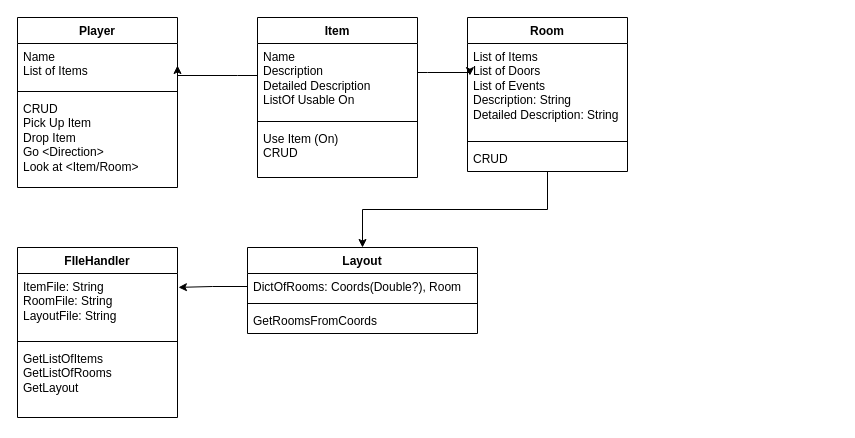
Above: ClassDiagramv0.2.drawio in SimonLof/TextAdventure (draw.io), before the change. Source tidied: cells renumbered, new cells numbered last; positions are measured from the earlier drawing's top-left corner, leaving out a move shared by most shapes. Both pictures are drawn from the tidied source at 100%, with x=0, y=0 at pixel (17, 17).
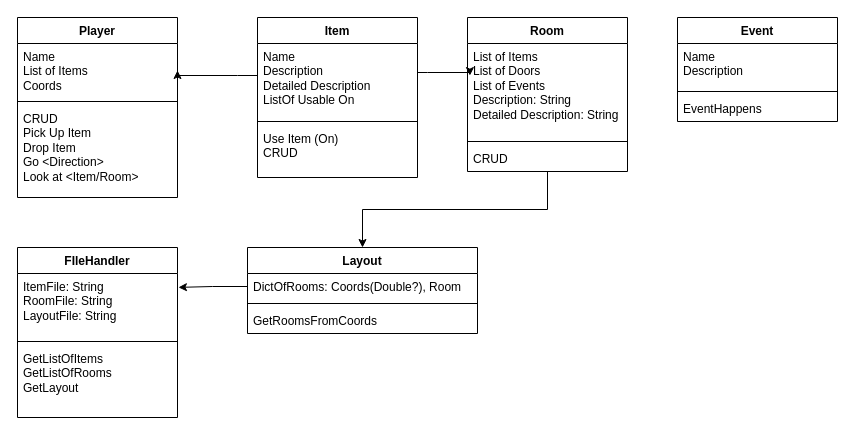
After the change.

Change to the diagram source:
```diff
@@
     <mxCell id="2" value="Player" style="swimlane;fontStyle=1;align=center;verticalAlign=top;horizontal=1;startSize=26;whiteSpace=wrap;html=1;" parent="1" vertex="1">
-      <mxGeometry width="160" height="170" as="geometry" />
+      <mxGeometry width="160" height="180" as="geometry" />
     </mxCell>
-    <mxCell id="3" value="Name&lt;br&gt;List of Items" style="text;strokeColor=none;fillColor=none;align=left;verticalAlign=top;spacingLeft=4;spacingRight=4;overflow=hidden;points=[[0,0.5],[1,0.5]];portConstraint=eastwest;whiteSpace=wrap;html=1;" parent="2" vertex="1">
-      <mxGeometry y="26" width="160" height="44" as="geometry" />
+    <mxCell id="3" value="Name&lt;br&gt;List of Items&lt;br&gt;Coords" style="text;strokeColor=none;fillColor=none;align=left;verticalAlign=top;spacingLeft=4;spacingRight=4;overflow=hidden;points=[[0,0.5],[1,0.5]];portConstraint=eastwest;whiteSpace=wrap;html=1;" parent="2" vertex="1">
+      <mxGeometry y="26" width="160" height="54" as="geometry" />
     </mxCell>
     <mxCell id="4" style="line;strokeWidth=1;fillColor=none;align=left;verticalAlign=middle;spacingTop=-1;spacingLeft=3;spacingRight=3;labelPosition=right;strokeColor=inherit;" parent="2" vertex="1">
-      <mxGeometry y="70" width="160" height="8" as="geometry" />
+      <mxGeometry y="80" width="160" height="8" as="geometry" />
     </mxCell>
     <mxCell id="5" value="CRUD&lt;br&gt;Pick Up Item&lt;br&gt;Drop Item&lt;br&gt;Go &amp;lt;Direction&amp;gt;&lt;br&gt;Look at &amp;lt;Item/Room&amp;gt;" style="text;strokeColor=none;fillColor=none;align=left;verticalAlign=top;spacingLeft=4;spacingRight=4;overflow=hidden;whiteSpace=wrap;html=1;" parent="2" vertex="1">
-      <mxGeometry y="78" width="160" height="92" as="geometry" />
+      <mxGeometry y="88" width="160" height="92" as="geometry" />
     </mxCell>
@@
+    <mxCell id="26" value="Event" style="swimlane;fontStyle=1;align=center;verticalAlign=top;horizontal=1;startSize=26;whiteSpace=wrap;html=1;" parent="1" vertex="1">
+      <mxGeometry x="660" width="160" height="104" as="geometry" />
+    </mxCell>
+    <mxCell id="27" value="Name&lt;br&gt;Description" style="text;strokeColor=none;fillColor=none;align=left;verticalAlign=top;spacingLeft=4;spacingRight=4;overflow=hidden;whiteSpace=wrap;html=1;" parent="26" vertex="1">
+      <mxGeometry y="26" width="160" height="44" as="geometry" />
+    </mxCell>
+    <mxCell id="28" style="line;strokeWidth=1;fillColor=none;align=left;verticalAlign=middle;spacingTop=-1;spacingLeft=3;spacingRight=3;labelPosition=right;strokeColor=inherit;" parent="26" vertex="1">
+      <mxGeometry y="70" width="160" height="8" as="geometry" />
+    </mxCell>
+    <mxCell id="29" value="EventHappens" style="text;strokeColor=none;fillColor=none;align=left;verticalAlign=top;spacingLeft=4;spacingRight=4;overflow=hidden;whiteSpace=wrap;html=1;" parent="26" vertex="1">
+      <mxGeometry y="78" width="160" height="26" as="geometry" />
+    </mxCell>
```
